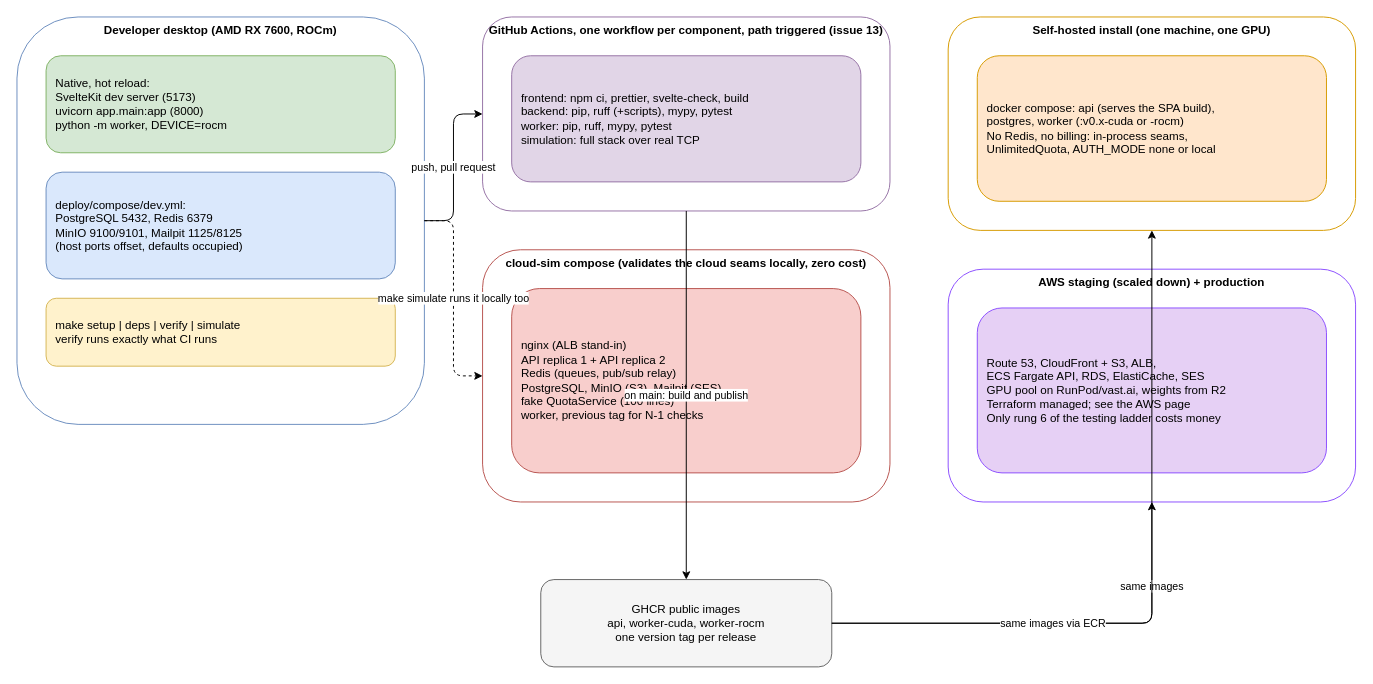
Before: page "Environments and setup" (5 of 13) of docs/diagrams/potocolom.drawio in Portocolom-Studio/potocolom, a draw.io diagram. Source tidied: cells renumbered, new cells numbered last; positions are measured from the earlier drawing's top-left corner, leaving out a move shared by most shapes. Both pictures are drawn from the tidied source at 97%, with x=0, y=0 at pixel (16, 16).
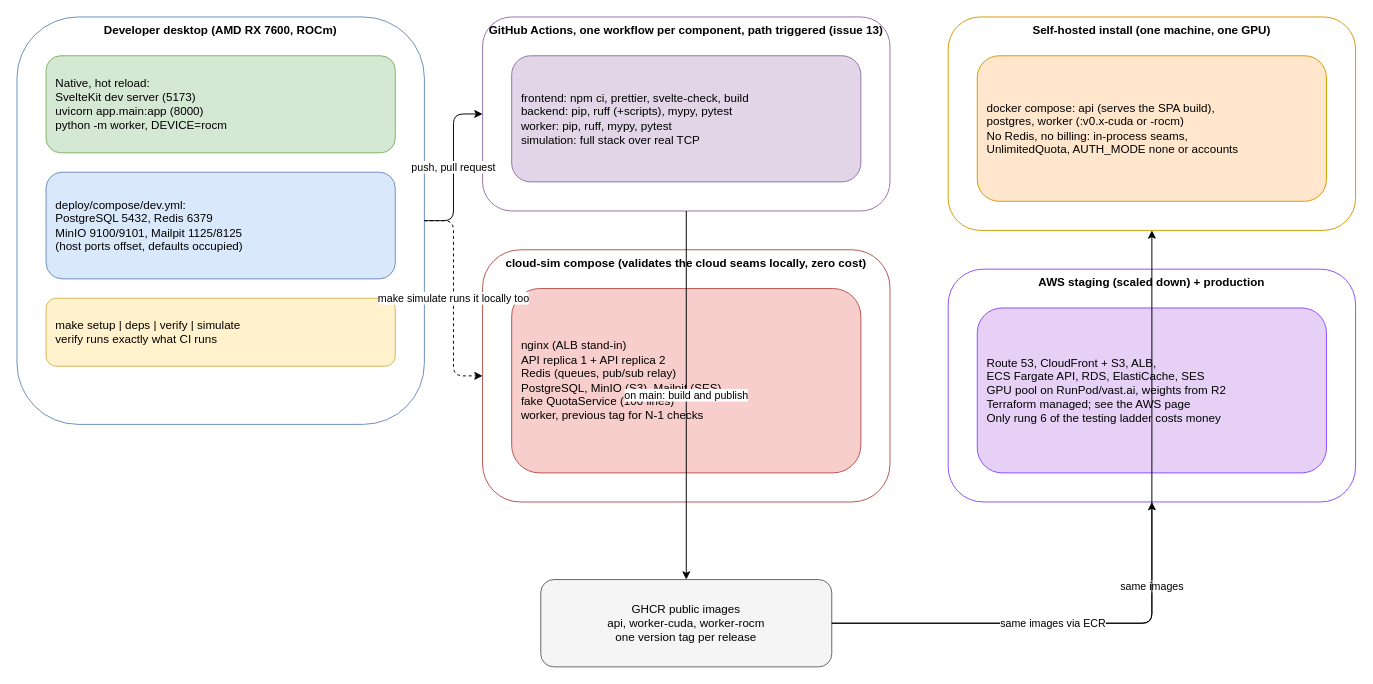
The same page after the edit.

What changed in the source:
```diff
@@
 <mxGraphModel>
   <root>
     <mxCell id="0" />
     <mxCell id="1" parent="0" />
     <mxCell id="2" value="Developer desktop (AMD RX 7600, ROCm)" style="rounded=1;whiteSpace=wrap;html=1;verticalAlign=top;fillColor=none;strokeColor=#6c8ebf;fontStyle=1;" parent="1" vertex="1">
       <mxGeometry width="420" height="420" as="geometry" />
     </mxCell>
     <mxCell id="3" value="Native, hot reload:&#10;SvelteKit dev server (5173)&#10;uvicorn app.main:app (8000)&#10;python -m worker, DEVICE=rocm" style="rounded=1;whiteSpace=wrap;html=1;align=left;spacingLeft=8;fillColor=#d5e8d4;strokeColor=#82b366;" parent="1" vertex="1">
       <mxGeometry x="30" y="40" width="360" height="100" as="geometry" />
     </mxCell>
     <mxCell id="4" value="deploy/compose/dev.yml:&#10;PostgreSQL 5432, Redis 6379&#10;MinIO 9100/9101, Mailpit 1125/8125&#10;(host ports offset, defaults occupied)" style="rounded=1;whiteSpace=wrap;html=1;align=left;spacingLeft=8;fillColor=#dae8fc;strokeColor=#6c8ebf;" parent="1" vertex="1">
       <mxGeometry x="30" y="160" width="360" height="110" as="geometry" />
     </mxCell>
     <mxCell id="5" value="make setup | deps | verify | simulate&#10;verify runs exactly what CI runs" style="rounded=1;whiteSpace=wrap;html=1;align=left;spacingLeft=8;fillColor=#fff2cc;strokeColor=#d6b656;" parent="1" vertex="1">
       <mxGeometry x="30" y="290" width="360" height="70" as="geometry" />
     </mxCell>
     <mxCell id="6" value="GitHub Actions, one workflow per component, path triggered (issue 13)" style="rounded=1;whiteSpace=wrap;html=1;verticalAlign=top;fillColor=none;strokeColor=#9673a6;fontStyle=1;" parent="1" vertex="1">
       <mxGeometry x="480" width="420" height="200" as="geometry" />
     </mxCell>
     <mxCell id="7" value="frontend: npm ci, prettier, svelte-check, build&#10;backend: pip, ruff (+scripts), mypy, pytest&#10;worker: pip, ruff, mypy, pytest&#10;simulation: full stack over real TCP" style="rounded=1;whiteSpace=wrap;html=1;align=left;spacingLeft=8;fillColor=#e1d5e7;strokeColor=#9673a6;" parent="1" vertex="1">
       <mxGeometry x="510" y="40" width="360" height="130" as="geometry" />
     </mxCell>
     <mxCell id="8" value="cloud-sim compose (validates the cloud seams locally, zero cost)" style="rounded=1;whiteSpace=wrap;html=1;verticalAlign=top;fillColor=none;strokeColor=#b85450;fontStyle=1;" parent="1" vertex="1">
       <mxGeometry x="480" y="240" width="420" height="260" as="geometry" />
     </mxCell>
     <mxCell id="9" value="nginx (ALB stand-in)&#10;API replica 1 + API replica 2&#10;Redis (queues, pub/sub relay)&#10;PostgreSQL, MinIO (S3), Mailpit (SES)&#10;fake QuotaService (100 lines)&#10;worker, previous tag for N-1 checks" style="rounded=1;whiteSpace=wrap;html=1;align=left;spacingLeft=8;fillColor=#f8cecc;strokeColor=#b85450;" parent="1" vertex="1">
       <mxGeometry x="510" y="280" width="360" height="190" as="geometry" />
     </mxCell>
     <mxCell id="10" value="Self-hosted install (one machine, one GPU)" style="rounded=1;whiteSpace=wrap;html=1;verticalAlign=top;fillColor=none;strokeColor=#d79b00;fontStyle=1;" parent="1" vertex="1">
       <mxGeometry x="960" width="420" height="220" as="geometry" />
     </mxCell>
-    <mxCell id="11" value="docker compose: api (serves the SPA build),&#10;postgres, worker (:v0.x-cuda or -rocm)&#10;No Redis, no billing: in-process seams,&#10;UnlimitedQuota, AUTH_MODE none or local" style="rounded=1;whiteSpace=wrap;html=1;align=left;spacingLeft=8;fillColor=#ffe6cc;strokeColor=#d79b00;" parent="1" vertex="1">
+    <mxCell id="11" value="docker compose: api (serves the SPA build),&#10;postgres, worker (:v0.x-cuda or -rocm)&#10;No Redis, no billing: in-process seams,&#10;UnlimitedQuota, AUTH_MODE none or accounts" style="rounded=1;whiteSpace=wrap;html=1;align=left;spacingLeft=8;fillColor=#ffe6cc;strokeColor=#d79b00;" parent="1" vertex="1">
       <mxGeometry x="990" y="40" width="360" height="150" as="geometry" />
     </mxCell>
     <mxCell id="12" value="AWS staging (scaled down) + production" style="rounded=1;whiteSpace=wrap;html=1;verticalAlign=top;fillColor=none;strokeColor=#8C4FFF;fontStyle=1;" parent="1" vertex="1">
       <mxGeometry x="960" y="260" width="420" height="240" as="geometry" />
     </mxCell>
     <mxCell id="13" value="Route 53, CloudFront + S3, ALB,&#10;ECS Fargate API, RDS, ElastiCache, SES&#10;GPU pool on RunPod/vast.ai, weights from R2&#10;Terraform managed; see the AWS page&#10;Only rung 6 of the testing ladder costs money" style="rounded=1;whiteSpace=wrap;html=1;align=left;spacingLeft=8;fillColor=#e6d0f5;strokeColor=#8C4FFF;" parent="1" vertex="1">
       <mxGeometry x="990" y="300" width="360" height="170" as="geometry" />
     </mxCell>
     <mxCell id="14" value="GHCR public images&#10;api, worker-cuda, worker-rocm&#10;one version tag per release" style="rounded=1;whiteSpace=wrap;html=1;fillColor=#f5f5f5;strokeColor=#666666;" parent="1" vertex="1">
       <mxGeometry x="540" y="580" width="300" height="90" as="geometry" />
     </mxCell>
     <mxCell id="15" value="push, pull request" style="edgeStyle=orthogonalEdgeStyle;rounded=1;html=1;" parent="1" edge="1" source="2" target="6">
       <mxGeometry relative="1" as="geometry" />
     </mxCell>
     <mxCell id="16" value="make simulate runs it locally too" style="edgeStyle=orthogonalEdgeStyle;rounded=1;html=1;dashed=1;" parent="1" edge="1" source="2" target="8">
       <mxGeometry relative="1" as="geometry" />
     </mxCell>
     <mxCell id="17" value="on main: build and publish" style="edgeStyle=orthogonalEdgeStyle;rounded=1;html=1;" parent="1" edge="1" source="6" target="14">
       <mxGeometry relative="1" as="geometry" />
     </mxCell>
     <mxCell id="18" value="same images" style="edgeStyle=orthogonalEdgeStyle;rounded=1;html=1;" parent="1" edge="1" source="14" target="10">
       <mxGeometry relative="1" as="geometry" />
     </mxCell>
     <mxCell id="19" value="same images via ECR" style="edgeStyle=orthogonalEdgeStyle;rounded=1;html=1;" parent="1" edge="1" source="14" target="12">
       <mxGeometry relative="1" as="geometry" />
     </mxCell>
   </root>
 </mxGraphModel>
```
